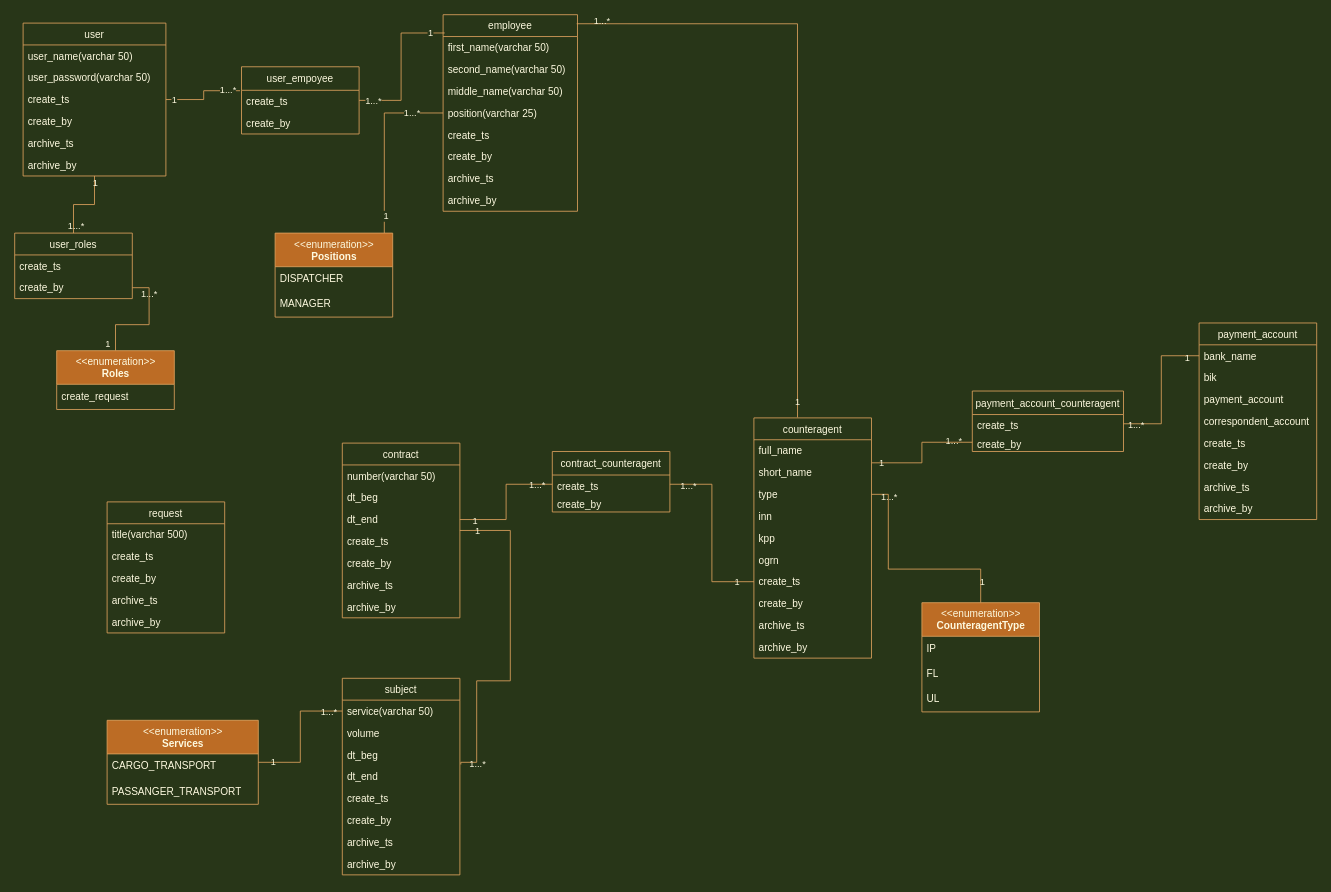
Before: page "BD" (1 of 3) of BD.drawio in Blackliss/QuasimodoChemes, a draw.io diagram. Source tidied: cells renumbered, new cells numbered last; positions are measured from the earlier drawing's top-left corner, leaving out a move shared by most shapes. Both pictures are drawn from the tidied source at 84%, with x=0, y=0 at pixel (14, 14).
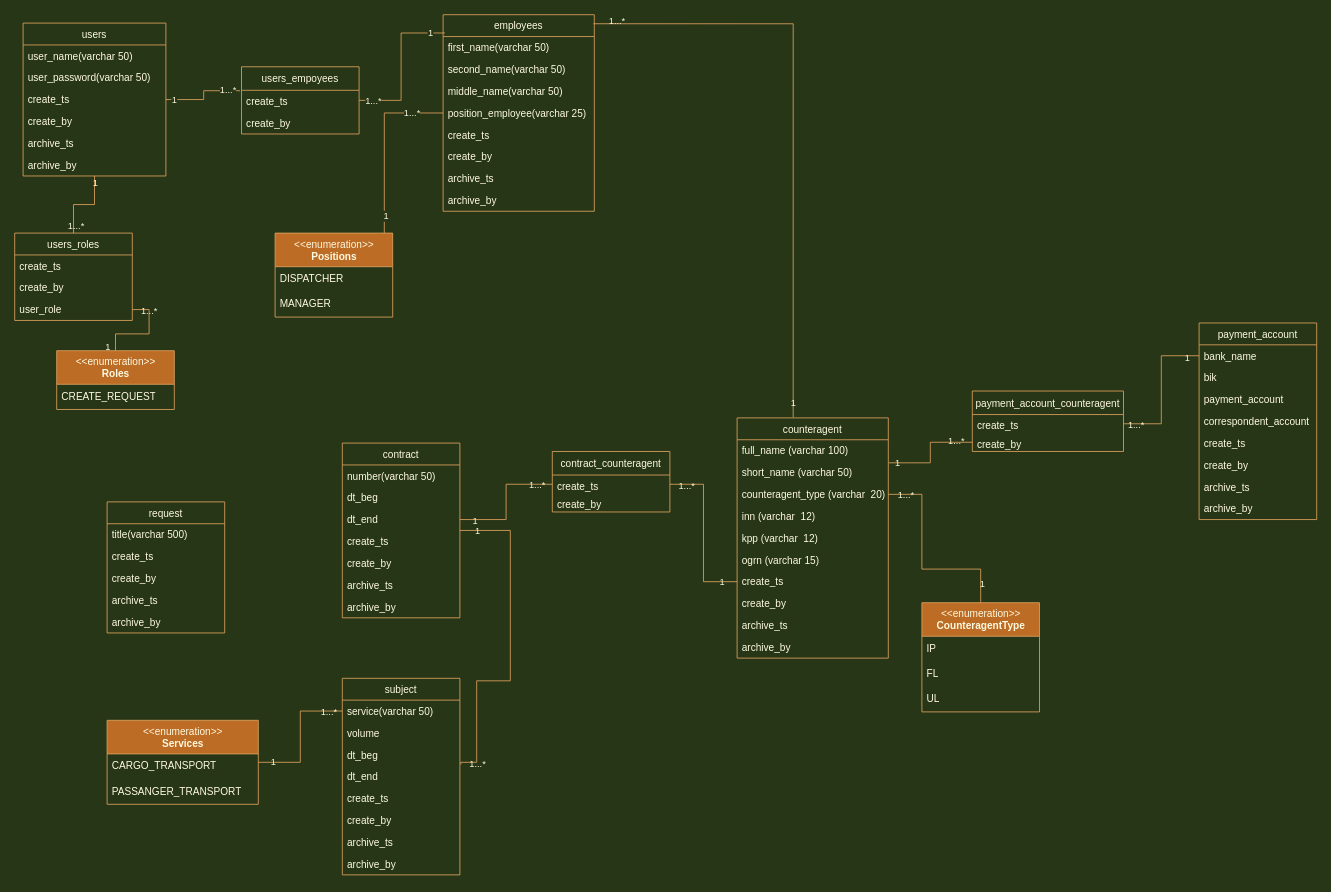
After the change.

The change refers to these unchanged cells:
```xml
<mxCell id="44" value="&amp;lt;&amp;lt;enumeration&amp;gt;&amp;gt;&lt;br&gt;&lt;b&gt;Roles&lt;/b&gt;" style="swimlane;fontStyle=0;align=center;verticalAlign=top;horizontal=1;startSize=40;html=1;rounded=0;sketch=0;fontColor=#FEFAE0;strokeColor=#DDA15E;fillColor=#BC6C25;" parent="1" vertex="1">
  <mxGeometry x="50" y="400" width="140" height="70" as="geometry" />
</mxCell>
<mxCell id="49" value="create_by" style="text;strokeColor=none;fillColor=none;align=left;verticalAlign=top;spacingLeft=4;spacingRight=4;overflow=hidden;points=[[0,0.5],[1,0.5]];portConstraint=eastwest;rounded=0;labelBackgroundColor=none;sketch=0;fontColor=#FEFAE0;" parent="47" vertex="1">
  <mxGeometry y="52" width="140" height="26" as="geometry" />
</mxCell>
<mxCell id="81" value="&amp;lt;&amp;lt;enumeration&amp;gt;&amp;gt;&lt;br&gt;&lt;b&gt;CounteragentType&lt;/b&gt;" style="swimlane;fontStyle=0;align=center;verticalAlign=top;horizontal=1;startSize=40;html=1;rounded=0;fillColor=#BC6C25;strokeColor=#DDA15E;fontColor=#FEFAE0;" parent="1" vertex="1">
  <mxGeometry x="1080" y="700" width="140" height="130" as="geometry" />
</mxCell>
```

The edit, as a diff of the source:
```diff
@@
-    <mxCell id="8" value="user" style="swimlane;fontStyle=0;horizontal=1;startSize=26;fillColor=none;rounded=0;strokeColor=#DDA15E;fontColor=#FEFAE0;" parent="1" vertex="1">
+    <mxCell id="8" value="users" style="swimlane;fontStyle=0;horizontal=1;startSize=26;fillColor=none;rounded=0;strokeColor=#DDA15E;fontColor=#FEFAE0;" parent="1" vertex="1">
       <mxGeometry x="10" y="10" width="170" height="182" as="geometry" />
     </mxCell>
@@
-    <mxCell id="15" value="employee" style="swimlane;fontStyle=0;horizontal=1;startSize=26;fillColor=none;rounded=0;strokeColor=#DDA15E;fontColor=#FEFAE0;" parent="1" vertex="1">
-      <mxGeometry x="510" width="160" height="234" as="geometry" />
+    <mxCell id="15" value="employees" style="swimlane;fontStyle=0;horizontal=1;startSize=26;fillColor=none;rounded=0;strokeColor=#DDA15E;fontColor=#FEFAE0;" parent="1" vertex="1">
+      <mxGeometry x="510" width="180" height="234" as="geometry" />
     </mxCell>
     <mxCell id="16" value="first_name(varchar 50)" style="text;strokeColor=none;fillColor=none;align=left;verticalAlign=top;spacingLeft=4;spacingRight=4;overflow=hidden;rounded=0;fontColor=#FEFAE0;" parent="15" vertex="1">
-      <mxGeometry y="26" width="160" height="26" as="geometry" />
+      <mxGeometry y="26" width="180" height="26" as="geometry" />
     </mxCell>
     <mxCell id="17" value="second_name(varchar 50)" style="text;strokeColor=none;fillColor=none;align=left;verticalAlign=top;spacingLeft=4;spacingRight=4;overflow=hidden;rounded=0;fontColor=#FEFAE0;" parent="15" vertex="1">
-      <mxGeometry y="52" width="160" height="26" as="geometry" />
+      <mxGeometry y="52" width="180" height="26" as="geometry" />
     </mxCell>
     <mxCell id="18" value="middle_name(varchar 50)" style="text;strokeColor=none;fillColor=none;align=left;verticalAlign=top;spacingLeft=4;spacingRight=4;overflow=hidden;rounded=0;fontColor=#FEFAE0;" parent="15" vertex="1">
-      <mxGeometry y="78" width="160" height="26" as="geometry" />
+      <mxGeometry y="78" width="180" height="26" as="geometry" />
     </mxCell>
-    <mxCell id="19" value="position(varchar 25)" style="text;strokeColor=none;fillColor=none;align=left;verticalAlign=top;spacingLeft=4;spacingRight=4;overflow=hidden;points=[[0,0.5],[1,0.5]];portConstraint=eastwest;rounded=0;fontColor=#FEFAE0;" parent="15" vertex="1">
-      <mxGeometry y="104" width="160" height="26" as="geometry" />
+    <mxCell id="19" value="position_employee(varchar 25)" style="text;strokeColor=none;fillColor=none;align=left;verticalAlign=top;spacingLeft=4;spacingRight=4;overflow=hidden;points=[[0,0.5],[1,0.5]];portConstraint=eastwest;rounded=0;fontColor=#FEFAE0;" parent="15" vertex="1">
+      <mxGeometry y="104" width="180" height="26" as="geometry" />
     </mxCell>
     <mxCell id="20" value="create_ts" style="text;strokeColor=none;fillColor=none;align=left;verticalAlign=top;spacingLeft=4;spacingRight=4;overflow=hidden;rounded=0;fontColor=#FEFAE0;" parent="15" vertex="1">
-      <mxGeometry y="130" width="160" height="26" as="geometry" />
+      <mxGeometry y="130" width="180" height="26" as="geometry" />
     </mxCell>
     <mxCell id="21" value="create_by" style="text;strokeColor=none;fillColor=none;align=left;verticalAlign=top;spacingLeft=4;spacingRight=4;overflow=hidden;rounded=0;fontColor=#FEFAE0;" parent="15" vertex="1">
-      <mxGeometry y="156" width="160" height="26" as="geometry" />
+      <mxGeometry y="156" width="180" height="26" as="geometry" />
     </mxCell>
     <mxCell id="22" value="archive_ts" style="text;strokeColor=none;fillColor=none;align=left;verticalAlign=top;spacingLeft=4;spacingRight=4;overflow=hidden;rounded=0;fontColor=#FEFAE0;" parent="15" vertex="1">
-      <mxGeometry y="182" width="160" height="26" as="geometry" />
+      <mxGeometry y="182" width="180" height="26" as="geometry" />
     </mxCell>
     <mxCell id="23" value="archive_by" style="text;strokeColor=none;fillColor=none;align=left;verticalAlign=top;spacingLeft=4;spacingRight=4;overflow=hidden;rounded=0;fontColor=#FEFAE0;" parent="15" vertex="1">
-      <mxGeometry y="208" width="160" height="26" as="geometry" />
+      <mxGeometry y="208" width="180" height="26" as="geometry" />
     </mxCell>
@@
-    <mxCell id="27" value="user_empoyee" style="swimlane;fontStyle=0;horizontal=1;startSize=28;fillColor=none;rounded=0;strokeColor=#DDA15E;fontColor=#FEFAE0;" parent="1" vertex="1">
+    <mxCell id="27" value="users_empoyees" style="swimlane;fontStyle=0;horizontal=1;startSize=28;fillColor=none;rounded=0;strokeColor=#DDA15E;fontColor=#FEFAE0;" parent="1" vertex="1">
       <mxGeometry x="270" y="62" width="140" height="80" as="geometry" />
     </mxCell>
@@
-    <mxCell id="41" style="edgeStyle=orthogonalEdgeStyle;rounded=0;sketch=0;jettySize=auto;html=1;fontColor=#FEFAE0;endArrow=none;endFill=0;strokeColor=#DDA15E;fillColor=#BC6C25;labelBackgroundColor=#283618;" parent="1" edge="1" source="44" target="49">
+    <mxCell id="41" style="edgeStyle=orthogonalEdgeStyle;rounded=0;sketch=0;jettySize=auto;html=1;fontColor=#FEFAE0;endArrow=none;endFill=0;strokeColor=#DDA15E;fillColor=#BC6C25;labelBackgroundColor=#283618;" parent="1" edge="1" source="44" target="124">
       <mxGeometry relative="1" as="geometry" />
     </mxCell>
@@
-    <mxCell id="45" value="create_request" style="text;html=1;strokeColor=none;fillColor=none;align=left;verticalAlign=middle;spacingLeft=4;spacingRight=4;overflow=hidden;rounded=0;sketch=0;fontColor=#FEFAE0;" parent="44" vertex="1">
+    <mxCell id="45" value="CREATE_REQUEST" style="text;html=1;strokeColor=none;fillColor=none;align=left;verticalAlign=middle;spacingLeft=4;spacingRight=4;overflow=hidden;rounded=0;sketch=0;fontColor=#FEFAE0;" parent="44" vertex="1">
       <mxGeometry y="40" width="140" height="30" as="geometry" />
     </mxCell>
@@
-    <mxCell id="47" value="user_roles" style="swimlane;fontStyle=0;horizontal=1;startSize=26;fillColor=none;rounded=0;labelBackgroundColor=none;sketch=0;fontColor=#FEFAE0;strokeColor=#DDA15E;" parent="1" vertex="1">
-      <mxGeometry y="260" width="140" height="78" as="geometry" />
+    <mxCell id="47" value="users_roles" style="swimlane;fontStyle=0;horizontal=1;startSize=26;fillColor=none;rounded=0;labelBackgroundColor=none;sketch=0;fontColor=#FEFAE0;strokeColor=#DDA15E;" parent="1" vertex="1">
+      <mxGeometry y="260" width="140" height="104" as="geometry" />
     </mxCell>
@@
+    <mxCell id="124" value="user_role" style="text;strokeColor=none;fillColor=none;align=left;verticalAlign=top;spacingLeft=4;spacingRight=4;overflow=hidden;points=[[0,0.5],[1,0.5]];portConstraint=eastwest;rounded=0;labelBackgroundColor=none;sketch=0;fontColor=#FEFAE0;" parent="47" vertex="1">
+      <mxGeometry y="78" width="140" height="26" as="geometry" />
+    </mxCell>
@@
     <mxCell id="61" value="counteragent" style="swimlane;fontStyle=0;horizontal=1;startSize=26;fillColor=none;strokeColor=#DDA15E;fontColor=#FEFAE0;" parent="1" vertex="1">
-      <mxGeometry x="880" y="480" width="140" height="286" as="geometry" />
+      <mxGeometry x="860" y="480" width="180" height="286" as="geometry" />
     </mxCell>
-    <mxCell id="62" value="full_name" style="text;strokeColor=none;fillColor=none;align=left;verticalAlign=top;spacingLeft=4;spacingRight=4;overflow=hidden;fontColor=#FEFAE0;" parent="61" vertex="1">
-      <mxGeometry y="26" width="140" height="26" as="geometry" />
+    <mxCell id="62" value="full_name (varchar 100)" style="text;strokeColor=none;fillColor=none;align=left;verticalAlign=top;spacingLeft=4;spacingRight=4;overflow=hidden;fontColor=#FEFAE0;" parent="61" vertex="1">
+      <mxGeometry y="26" width="180" height="26" as="geometry" />
     </mxCell>
-    <mxCell id="63" value="short_name" style="text;strokeColor=none;fillColor=none;align=left;verticalAlign=top;spacingLeft=4;spacingRight=4;overflow=hidden;points=[[0,0.5],[1,0.5]];portConstraint=eastwest;fontColor=#FEFAE0;" parent="61" vertex="1">
-      <mxGeometry y="52" width="140" height="26" as="geometry" />
+    <mxCell id="63" value="short_name (varchar 50)" style="text;strokeColor=none;fillColor=none;align=left;verticalAlign=top;spacingLeft=4;spacingRight=4;overflow=hidden;points=[[0,0.5],[1,0.5]];portConstraint=eastwest;fontColor=#FEFAE0;" parent="61" vertex="1">
+      <mxGeometry y="52" width="180" height="26" as="geometry" />
     </mxCell>
-    <mxCell id="64" value="type" style="text;strokeColor=none;fillColor=none;align=left;verticalAlign=top;spacingLeft=4;spacingRight=4;overflow=hidden;points=[[0,0.5],[1,0.5]];portConstraint=eastwest;fontColor=#FEFAE0;" parent="61" vertex="1">
-      <mxGeometry y="78" width="140" height="26" as="geometry" />
+    <mxCell id="64" value="counteragent_type (varchar  20)" style="text;strokeColor=none;fillColor=none;align=left;verticalAlign=top;spacingLeft=4;spacingRight=4;overflow=hidden;points=[[0,0.5],[1,0.5]];portConstraint=eastwest;fontColor=#FEFAE0;" parent="61" vertex="1">
+      <mxGeometry y="78" width="180" height="26" as="geometry" />
     </mxCell>
-    <mxCell id="65" value="inn" style="text;strokeColor=none;fillColor=none;align=left;verticalAlign=top;spacingLeft=4;spacingRight=4;overflow=hidden;fontColor=#FEFAE0;" parent="61" vertex="1">
-      <mxGeometry y="104" width="140" height="26" as="geometry" />
+    <mxCell id="65" value="inn (varchar  12)" style="text;strokeColor=none;fillColor=none;align=left;verticalAlign=top;spacingLeft=4;spacingRight=4;overflow=hidden;fontColor=#FEFAE0;" parent="61" vertex="1">
+      <mxGeometry y="104" width="180" height="26" as="geometry" />
     </mxCell>
-    <mxCell id="66" value="kpp" style="text;strokeColor=none;fillColor=none;align=left;verticalAlign=top;spacingLeft=4;spacingRight=4;overflow=hidden;fontColor=#FEFAE0;" parent="61" vertex="1">
-      <mxGeometry y="130" width="140" height="26" as="geometry" />
+    <mxCell id="66" value="kpp (varchar  12)" style="text;strokeColor=none;fillColor=none;align=left;verticalAlign=top;spacingLeft=4;spacingRight=4;overflow=hidden;fontColor=#FEFAE0;" parent="61" vertex="1">
+      <mxGeometry y="130" width="180" height="26" as="geometry" />
     </mxCell>
-    <mxCell id="67" value="ogrn" style="text;strokeColor=none;fillColor=none;align=left;verticalAlign=top;spacingLeft=4;spacingRight=4;overflow=hidden;fontColor=#FEFAE0;" parent="61" vertex="1">
-      <mxGeometry y="156" width="140" height="26" as="geometry" />
+    <mxCell id="67" value="ogrn (varchar 15)" style="text;strokeColor=none;fillColor=none;align=left;verticalAlign=top;spacingLeft=4;spacingRight=4;overflow=hidden;fontColor=#FEFAE0;" parent="61" vertex="1">
+      <mxGeometry y="156" width="180" height="26" as="geometry" />
     </mxCell>
     <mxCell id="68" value="create_ts" style="text;strokeColor=none;fillColor=none;align=left;verticalAlign=top;spacingLeft=4;spacingRight=4;overflow=hidden;points=[[0,0.5],[1,0.5]];portConstraint=eastwest;fontColor=#FEFAE0;" parent="61" vertex="1">
-      <mxGeometry y="182" width="140" height="26" as="geometry" />
+      <mxGeometry y="182" width="180" height="26" as="geometry" />
     </mxCell>
     <mxCell id="69" value="create_by" style="text;strokeColor=none;fillColor=none;align=left;verticalAlign=top;spacingLeft=4;spacingRight=4;overflow=hidden;fontColor=#FEFAE0;" parent="61" vertex="1">
-      <mxGeometry y="208" width="140" height="26" as="geometry" />
+      <mxGeometry y="208" width="180" height="26" as="geometry" />
     </mxCell>
     <mxCell id="70" value="archive_ts" style="text;strokeColor=none;fillColor=none;align=left;verticalAlign=top;spacingLeft=4;spacingRight=4;overflow=hidden;fontColor=#FEFAE0;" parent="61" vertex="1">
-      <mxGeometry y="234" width="140" height="26" as="geometry" />
+      <mxGeometry y="234" width="180" height="26" as="geometry" />
     </mxCell>
     <mxCell id="71" value="archive_by" style="text;strokeColor=none;fillColor=none;align=left;verticalAlign=top;spacingLeft=4;spacingRight=4;overflow=hidden;fontColor=#FEFAE0;" parent="61" vertex="1">
-      <mxGeometry y="260" width="140" height="26" as="geometry" />
+      <mxGeometry y="260" width="180" height="26" as="geometry" />
     </mxCell>
@@
     <mxCell id="85" style="edgeStyle=orthogonalEdgeStyle;rounded=0;sketch=0;jettySize=auto;html=1;fontColor=#FEFAE0;endArrow=none;endFill=0;strokeColor=#DDA15E;fillColor=#BC6C25;labelBackgroundColor=#283618;" parent="1" edge="1" source="81" target="64">
       <mxGeometry relative="1" as="geometry">
         <Array as="points">
           <mxPoint x="1150" y="660" />
-          <mxPoint x="1040" y="660" />
-          <mxPoint x="1040" y="571" />
+          <mxPoint x="1080" y="660" />
+          <mxPoint x="1080" y="571" />
         </Array>
       </mxGeometry>
     </mxCell>
```
